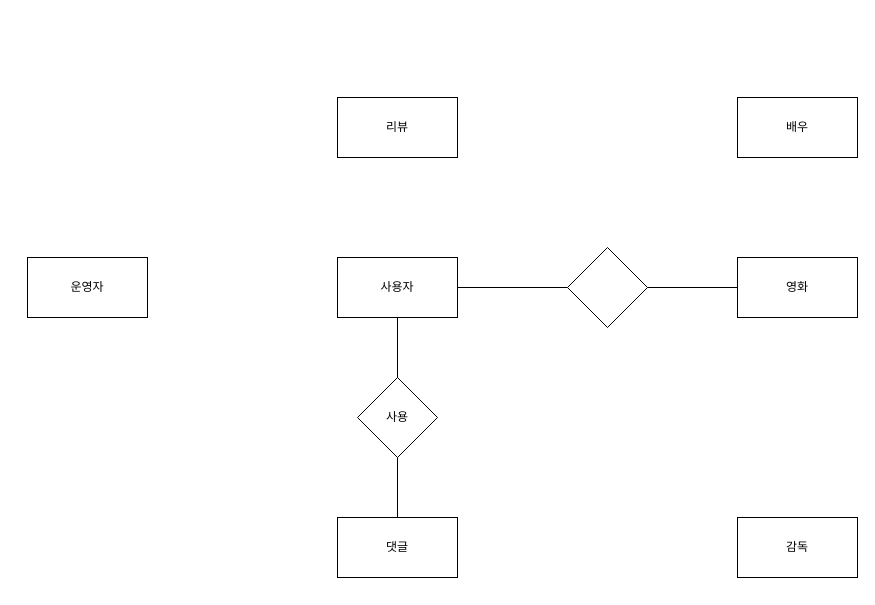
Before: dbms/Movie.drawio in hyunmin0818/JSP_Project, a draw.io diagram. Source tidied: cells renumbered, new cells numbered last; positions are measured from the earlier drawing's top-left corner, leaving out a move shared by most shapes. Both pictures are drawn from the tidied source at 100%, with x=0, y=0 at pixel (27, 97).
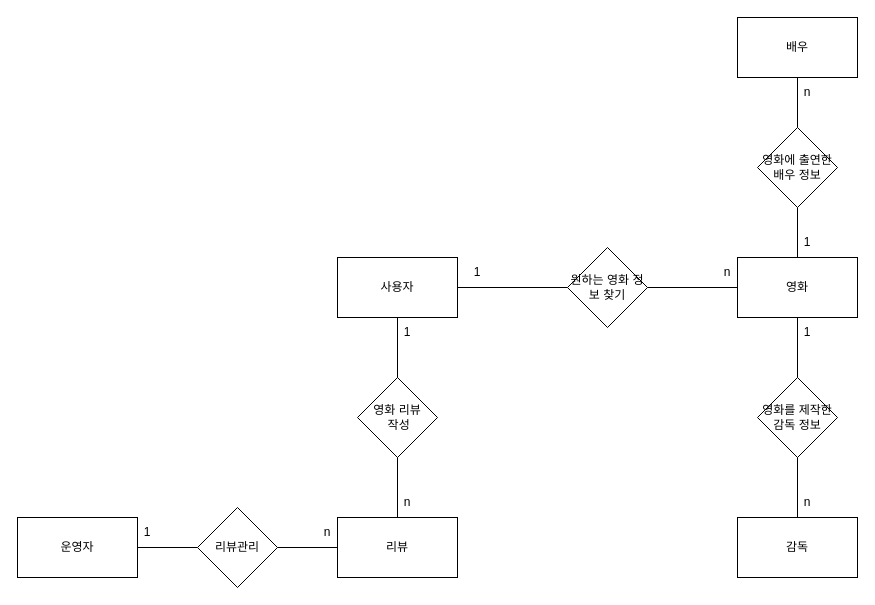
Above is the later version.

Commit message:
EER 모델링 작성

The change refers to these unchanged cells:
```xml
<mxCell id="2" value="영화" style="rounded=0;whiteSpace=wrap;html=1;" parent="1" vertex="1">
  <mxGeometry x="710" y="160" width="120" height="60" as="geometry" />
</mxCell>
<mxCell id="7" value="감독" style="rounded=0;whiteSpace=wrap;html=1;" parent="1" vertex="1">
  <mxGeometry x="710" y="420" width="120" height="60" as="geometry" />
</mxCell>
```

Diff of the diagram source:
```diff
@@
-    <mxCell id="3" style="rhombus;whiteSpace=wrap;html=1;" parent="1" vertex="1">
+    <mxCell id="3" value="원하는 영화 정보 찾기" style="rhombus;whiteSpace=wrap;html=1;" parent="1" vertex="1">
       <mxGeometry x="540" y="150" width="80" height="80" as="geometry" />
     </mxCell>
@@
     <mxCell id="8" value="배우" style="rounded=0;whiteSpace=wrap;html=1;" parent="1" vertex="1">
-      <mxGeometry x="710" width="120" height="60" as="geometry" />
+      <mxGeometry x="710" y="-80" width="120" height="60" as="geometry" />
     </mxCell>
     <mxCell id="9" value="운영자" style="rounded=0;whiteSpace=wrap;html=1;" parent="1" vertex="1">
-      <mxGeometry y="160" width="120" height="60" as="geometry" />
+      <mxGeometry x="-10" y="420" width="120" height="60" as="geometry" />
     </mxCell>
-    <mxCell id="10" value="댓글" style="rounded=0;whiteSpace=wrap;html=1;" parent="1" vertex="1">
+    <mxCell id="10" value="리뷰" style="rounded=0;whiteSpace=wrap;html=1;" parent="1" vertex="1">
       <mxGeometry x="310" y="420" width="120" height="60" as="geometry" />
     </mxCell>
-    <mxCell id="11" value="리뷰" style="rounded=0;whiteSpace=wrap;html=1;" parent="1" vertex="1">
-      <mxGeometry x="310" width="120" height="60" as="geometry" />
-    </mxCell>
@@
-    <mxCell id="13" value="사용" style="rhombus;whiteSpace=wrap;html=1;" parent="1" vertex="1">
+    <mxCell id="13" value="영화 리뷰&lt;div&gt;&amp;nbsp;작성&lt;/div&gt;" style="rhombus;whiteSpace=wrap;html=1;" parent="1" vertex="1">
       <mxGeometry x="330" y="280" width="80" height="80" as="geometry" />
     </mxCell>
@@
+    <mxCell id="15" value="리뷰관리" style="rhombus;whiteSpace=wrap;html=1;" parent="1" vertex="1">
+      <mxGeometry x="170" y="410" width="80" height="80" as="geometry" />
+    </mxCell>
+    <mxCell id="16" style="endArrow=none;html=1;rounded=0;entryX=0;entryY=0.5;entryDx=0;entryDy=0;exitX=1;exitY=0.5;exitDx=0;exitDy=0;" parent="1" edge="1" source="9" target="15">
+      <mxGeometry relative="1" as="geometry" />
+    </mxCell>
+    <mxCell id="17" style="endArrow=none;html=1;rounded=0;entryX=0;entryY=0.5;entryDx=0;entryDy=0;exitX=1;exitY=0.5;exitDx=0;exitDy=0;" parent="1" edge="1" source="15" target="10">
+      <mxGeometry relative="1" as="geometry" />
+    </mxCell>
+    <mxCell id="18" value="영화를 제작한 감독 정보" style="rhombus;whiteSpace=wrap;html=1;" parent="1" vertex="1">
+      <mxGeometry x="730" y="280" width="80" height="80" as="geometry" />
+    </mxCell>
+    <mxCell id="19" value="영화에 출연한 배우 정보" style="rhombus;whiteSpace=wrap;html=1;" parent="1" vertex="1">
+      <mxGeometry x="730" y="30" width="80" height="80" as="geometry" />
+    </mxCell>
+    <mxCell id="20" style="endArrow=none;html=1;rounded=0;entryX=0.5;entryY=1;entryDx=0;entryDy=0;exitX=0.5;exitY=0;exitDx=0;exitDy=0;" parent="1" edge="1" source="19" target="8">
+      <mxGeometry relative="1" as="geometry" />
+    </mxCell>
+    <mxCell id="21" style="endArrow=none;html=1;rounded=0;entryX=0.5;entryY=1;entryDx=0;entryDy=0;exitX=0.5;exitY=0;exitDx=0;exitDy=0;" parent="1" edge="1" source="2" target="19">
+      <mxGeometry relative="1" as="geometry" />
+    </mxCell>
+    <mxCell id="22" style="endArrow=none;html=1;rounded=0;entryX=0.5;entryY=1;entryDx=0;entryDy=0;exitX=0.5;exitY=0;exitDx=0;exitDy=0;" parent="1" edge="1" source="18" target="2">
+      <mxGeometry relative="1" as="geometry" />
+    </mxCell>
+    <mxCell id="23" style="endArrow=none;html=1;rounded=0;entryX=0.5;entryY=1;entryDx=0;entryDy=0;exitX=0.5;exitY=0;exitDx=0;exitDy=0;" parent="1" edge="1" source="7" target="18">
+      <mxGeometry relative="1" as="geometry" />
+    </mxCell>
+    <mxCell id="24" value="1" style="text;html=1;align=center;verticalAlign=middle;whiteSpace=wrap;rounded=0;" parent="1" vertex="1">
+      <mxGeometry x="90" y="420" width="60" height="30" as="geometry" />
+    </mxCell>
+    <mxCell id="25" value="n" style="text;html=1;align=center;verticalAlign=middle;whiteSpace=wrap;rounded=0;" parent="1" vertex="1">
+      <mxGeometry x="270" y="420" width="60" height="30" as="geometry" />
+    </mxCell>
+    <mxCell id="26" value="n" style="text;html=1;align=center;verticalAlign=middle;whiteSpace=wrap;rounded=0;" parent="1" vertex="1">
+      <mxGeometry x="350" y="390" width="60" height="30" as="geometry" />
+    </mxCell>
+    <mxCell id="27" value="1" style="text;html=1;align=center;verticalAlign=middle;whiteSpace=wrap;rounded=0;" parent="1" vertex="1">
+      <mxGeometry x="350" y="220" width="60" height="30" as="geometry" />
+    </mxCell>
+    <mxCell id="28" value="1" style="text;html=1;align=center;verticalAlign=middle;whiteSpace=wrap;rounded=0;" parent="1" vertex="1">
+      <mxGeometry x="420" y="160" width="60" height="30" as="geometry" />
+    </mxCell>
+    <mxCell id="29" value="n" style="text;html=1;align=center;verticalAlign=middle;whiteSpace=wrap;rounded=0;" parent="1" vertex="1">
+      <mxGeometry x="670" y="160" width="60" height="30" as="geometry" />
+    </mxCell>
+    <mxCell id="30" value="1" style="text;html=1;align=center;verticalAlign=middle;whiteSpace=wrap;rounded=0;" parent="1" vertex="1">
+      <mxGeometry x="750" y="130" width="60" height="30" as="geometry" />
+    </mxCell>
+    <mxCell id="31" value="n" style="text;html=1;align=center;verticalAlign=middle;whiteSpace=wrap;rounded=0;" parent="1" vertex="1">
+      <mxGeometry x="750" y="-20" width="60" height="30" as="geometry" />
+    </mxCell>
+    <mxCell id="32" value="n" style="text;html=1;align=center;verticalAlign=middle;whiteSpace=wrap;rounded=0;" parent="1" vertex="1">
+      <mxGeometry x="750" y="390" width="60" height="30" as="geometry" />
+    </mxCell>
+    <mxCell id="33" value="1" style="text;html=1;align=center;verticalAlign=middle;whiteSpace=wrap;rounded=0;" parent="1" vertex="1">
+      <mxGeometry x="750" y="220" width="60" height="30" as="geometry" />
+    </mxCell>
```
